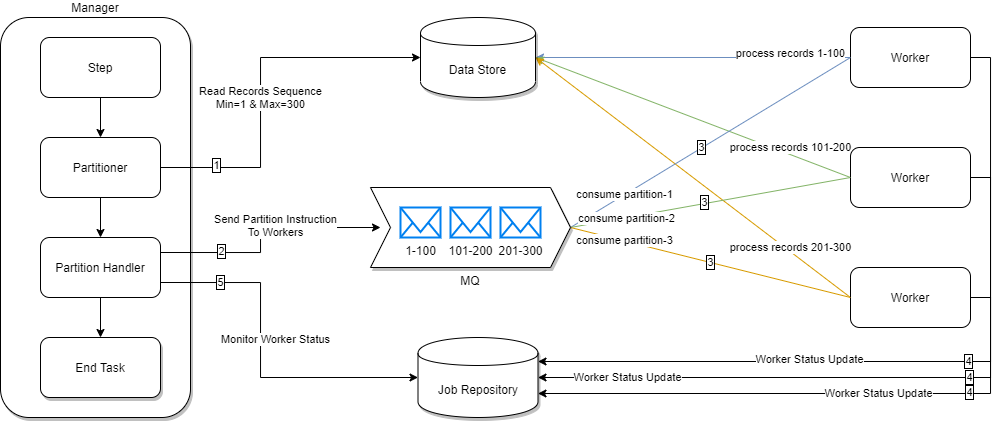
Earlier version of the draw.io export spring-batch-parallel-processing.png (selva-dharmaraj/draw). Source tidied: cells renumbered, new cells last; positions are measured from the earlier drawing's top-left corner, leaving out a move shared by most shapes.
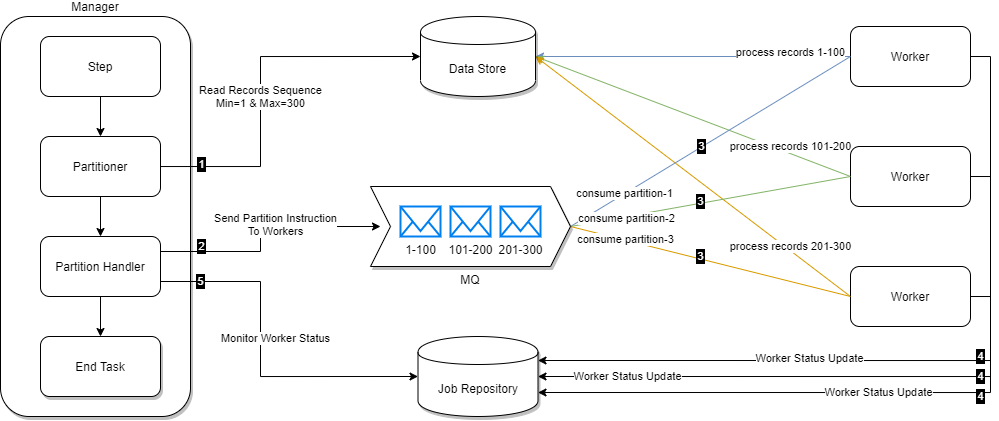
The same file after the commit.

Diff of the diagram source:
```diff
@@ -11,8 +11,10 @@
     <mxCell id="4" value="Worker Status Update" style="edgeLabel;html=1;align=center;verticalAlign=middle;labelBorderColor=none;" parent="3" vertex="1">
       <mxGeometry x="0.3" y="-2" relative="1" as="geometry" />
     </mxCell>
-    <mxCell id="5" value="4" style="edgeLabel;html=1;align=center;verticalAlign=middle;labelBorderColor=#000000;" parent="3" vertex="1">
-      <mxGeometry x="-0.11" relative="1" as="geometry" />
+    <mxCell id="5" value="4" style="edgeLabel;html=1;align=center;verticalAlign=middle;labelBorderColor=#000000;fontColor=#FFFFFF;labelBackgroundColor=#000000;" parent="3" vertex="1">
+      <mxGeometry x="-0.11" relative="1" as="geometry">
+        <mxPoint x="12" y="-4" as="offset" />
+      </mxGeometry>
     </mxCell>
     <mxCell id="6" style="edgeStyle=none;rounded=0;comic=0;jettySize=auto;html=1;entryX=1;entryY=0.5;entryDx=0;entryDy=0;startArrow=none;startFill=0;endArrow=classic;endFill=1;fillColor=#dae8fc;strokeColor=#6c8ebf;labelBorderColor=none;strokeWidth=1;" parent="1" edge="1" source="8" target="46">
       <mxGeometry relative="1" as="geometry" />
@@ -31,8 +33,10 @@
     <mxCell id="10" value="Worker Status Update" style="edgeLabel;html=1;align=center;verticalAlign=middle;labelBorderColor=none;" parent="9" vertex="1">
       <mxGeometry x="0.01" relative="1" as="geometry" />
     </mxCell>
-    <mxCell id="11" value="4" style="edgeLabel;html=1;align=center;verticalAlign=middle;labelBorderColor=#000000;" parent="9" vertex="1">
-      <mxGeometry x="-0.25" y="-1" relative="1" as="geometry" />
+    <mxCell id="11" value="4" style="edgeLabel;html=1;align=center;verticalAlign=middle;labelBorderColor=#000000;fontColor=#FFFFFF;labelBackgroundColor=#000000;" parent="9" vertex="1">
+      <mxGeometry x="-0.25" y="-1" relative="1" as="geometry">
+        <mxPoint x="11" y="5" as="offset" />
+      </mxGeometry>
     </mxCell>
     <mxCell id="12" style="edgeStyle=none;rounded=0;comic=0;jettySize=auto;html=1;entryX=1;entryY=0.5;entryDx=0;entryDy=0;startArrow=none;startFill=0;endArrow=classic;endFill=1;exitX=0;exitY=0.5;exitDx=0;exitDy=0;fillColor=#d5e8d4;strokeColor=#82b366;labelBorderColor=none;" parent="1" edge="1" source="14" target="46">
       <mxGeometry relative="1" as="geometry" />
@@ -51,8 +55,10 @@
     <mxCell id="16" value="Worker Status Update" style="edgeLabel;html=1;align=center;verticalAlign=middle;labelBorderColor=none;" parent="15" vertex="1">
       <mxGeometry x="0.68" relative="1" as="geometry" />
     </mxCell>
-    <mxCell id="17" value="4" style="edgeLabel;html=1;align=center;verticalAlign=middle;labelBorderColor=#000000;" parent="15" vertex="1">
-      <mxGeometry x="-0.56" relative="1" as="geometry" />
+    <mxCell id="17" value="4" style="edgeLabel;html=1;align=center;verticalAlign=middle;labelBorderColor=#000000;fontColor=#FFFFFF;labelBackgroundColor=#000000;" parent="15" vertex="1">
+      <mxGeometry x="-0.56" relative="1" as="geometry">
+        <mxPoint x="11" as="offset" />
+      </mxGeometry>
     </mxCell>
     <mxCell id="18" style="edgeStyle=none;rounded=0;comic=0;jettySize=auto;html=1;entryX=1;entryY=0.5;entryDx=0;entryDy=0;startArrow=none;startFill=0;endArrow=classic;endFill=1;exitX=0;exitY=0.5;exitDx=0;exitDy=0;fillColor=#ffe6cc;strokeColor=#d79b00;labelBorderColor=none;" parent="1" edge="1" source="20" target="46">
       <mxGeometry relative="1" as="geometry" />
@@ -87,8 +93,10 @@
         <mxPoint x="-65.4" y="40" as="offset" />
       </mxGeometry>
     </mxCell>
-    <mxCell id="26" value="1" style="edgeLabel;html=1;align=center;verticalAlign=middle;labelBorderColor=#000000;" parent="24" vertex="1">
-      <mxGeometry x="-0.7" y="2" relative="1" as="geometry" />
+    <mxCell id="26" value="1" style="edgeLabel;html=1;align=center;verticalAlign=middle;labelBorderColor=#000000;labelBackgroundColor=#000000;fontColor=#FFFFFF;" parent="24" vertex="1">
+      <mxGeometry x="-0.7" y="2" relative="1" as="geometry">
+        <mxPoint x="-15" as="offset" />
+      </mxGeometry>
     </mxCell>
     <mxCell id="27" value="Partitioner" style="rounded=1;whiteSpace=wrap;html=1;labelBorderColor=none;" parent="1" vertex="1">
       <mxGeometry x="40" y="120" width="120" height="60" as="geometry" />
@@ -106,8 +114,10 @@
         <mxPoint x="14" y="-26" as="offset" />
       </mxGeometry>
     </mxCell>
-    <mxCell id="30" value="2" style="edgeLabel;html=1;align=center;verticalAlign=middle;labelBorderColor=#000000;" parent="28" vertex="1">
-      <mxGeometry x="-0.51" y="1" relative="1" as="geometry" />
+    <mxCell id="30" value="2" style="edgeLabel;html=1;align=center;verticalAlign=middle;labelBorderColor=#000000;labelBackgroundColor=#000000;fontColor=#FFFFFF;" parent="28" vertex="1">
+      <mxGeometry x="-0.51" y="1" relative="1" as="geometry">
+        <mxPoint x="-20" y="-4" as="offset" />
+      </mxGeometry>
     </mxCell>
     <mxCell id="31" style="edgeStyle=orthogonalEdgeStyle;rounded=0;comic=0;jettySize=auto;html=1;labelBorderColor=none;" parent="1" edge="1" source="35" target="45">
       <mxGeometry relative="1" as="geometry" />
@@ -125,8 +135,10 @@
         <mxPoint x="9.4" y="-15" as="offset" />
       </mxGeometry>
     </mxCell>
-    <mxCell id="34" value="5" style="edgeLabel;html=1;align=center;verticalAlign=middle;labelBorderColor=#000000;" parent="32" vertex="1">
-      <mxGeometry x="-0.66" relative="1" as="geometry" />
+    <mxCell id="34" value="5" style="edgeLabel;html=1;align=center;verticalAlign=middle;labelBorderColor=#000000;fontColor=#FFFFFF;labelBackgroundColor=#000000;" parent="32" vertex="1">
+      <mxGeometry x="-0.66" relative="1" as="geometry">
+        <mxPoint x="-20" as="offset" />
+      </mxGeometry>
     </mxCell>
     <mxCell id="35" value="Partition Handler" style="rounded=1;whiteSpace=wrap;html=1;labelBorderColor=none;" parent="1" vertex="1">
       <mxGeometry x="40" y="220" width="120" height="60" as="geometry" />
@@ -137,7 +149,7 @@
     <mxCell id="37" value="consume partition-1" style="edgeLabel;html=1;align=center;verticalAlign=middle;labelBorderColor=none;" parent="36" vertex="1">
       <mxGeometry x="-0.61" y="1" relative="1" as="geometry" />
     </mxCell>
-    <mxCell id="38" value="3" style="edgeLabel;html=1;align=center;verticalAlign=middle;labelBorderColor=#000000;" parent="36" vertex="1">
+    <mxCell id="38" value="3" style="edgeLabel;html=1;align=center;verticalAlign=middle;labelBorderColor=#000000;fontColor=#FFFFFF;labelBackgroundColor=#000000;" parent="36" vertex="1">
       <mxGeometry x="-0.07" y="1" relative="1" as="geometry" />
     </mxCell>
     <mxCell id="39" style="rounded=0;comic=0;jettySize=auto;html=1;entryX=0;entryY=0.5;entryDx=0;entryDy=0;exitX=1;exitY=0.5;exitDx=0;exitDy=0;endArrow=none;endFill=0;startArrow=none;startFill=0;fillColor=#d5e8d4;strokeColor=#82b366;labelBorderColor=none;" parent="1" edge="1" source="47" target="14">
@@ -146,11 +158,13 @@
     <mxCell id="40" value="consume partition-2" style="edgeLabel;html=1;align=center;verticalAlign=middle;labelBorderColor=none;" parent="39" vertex="1">
       <mxGeometry x="-0.61" y="-1" relative="1" as="geometry" />
     </mxCell>
-    <mxCell id="41" value="3" style="edgeLabel;html=1;align=center;verticalAlign=middle;labelBorderColor=#000000;" parent="39" vertex="1">
-      <mxGeometry x="-0.04" y="1" relative="1" as="geometry" />
+    <mxCell id="41" value="3" style="edgeLabel;html=1;align=center;verticalAlign=middle;labelBorderColor=#000000;fontColor=#FFFFFF;labelBackgroundColor=#000000;" parent="39" vertex="1">
+      <mxGeometry x="-0.04" y="1" relative="1" as="geometry">
+        <mxPoint x="-4" as="offset" />
+      </mxGeometry>
     </mxCell>
-    <mxCell id="42" value="3" style="rounded=0;comic=0;jettySize=auto;html=1;entryX=0;entryY=0.5;entryDx=0;entryDy=0;exitX=1;exitY=0.5;exitDx=0;exitDy=0;endArrow=none;endFill=0;startArrow=none;startFill=0;fillColor=#ffe6cc;strokeColor=#d79b00;labelBorderColor=#000000;" parent="1" edge="1" source="47" target="20">
-      <mxGeometry relative="1" as="geometry" />
+    <mxCell id="42" value="3" style="rounded=0;comic=0;jettySize=auto;html=1;entryX=0;entryY=0.5;entryDx=0;entryDy=0;exitX=1;exitY=0.5;exitDx=0;exitDy=0;endArrow=none;endFill=0;startArrow=none;startFill=0;fillColor=#ffe6cc;strokeColor=#d79b00;labelBorderColor=#000000;fontColor=#FFFFFF;labelBackgroundColor=#000000;" parent="1" edge="1" source="47" target="20">
+      <mxGeometry x="-0.08" y="2" relative="1" as="geometry" />
     </mxCell>
     <mxCell id="43" value="consume partition-3" style="edgeLabel;html=1;align=center;verticalAlign=middle;labelBorderColor=none;" parent="42" vertex="1">
       <mxGeometry x="-0.62" relative="1" as="geometry">
```
